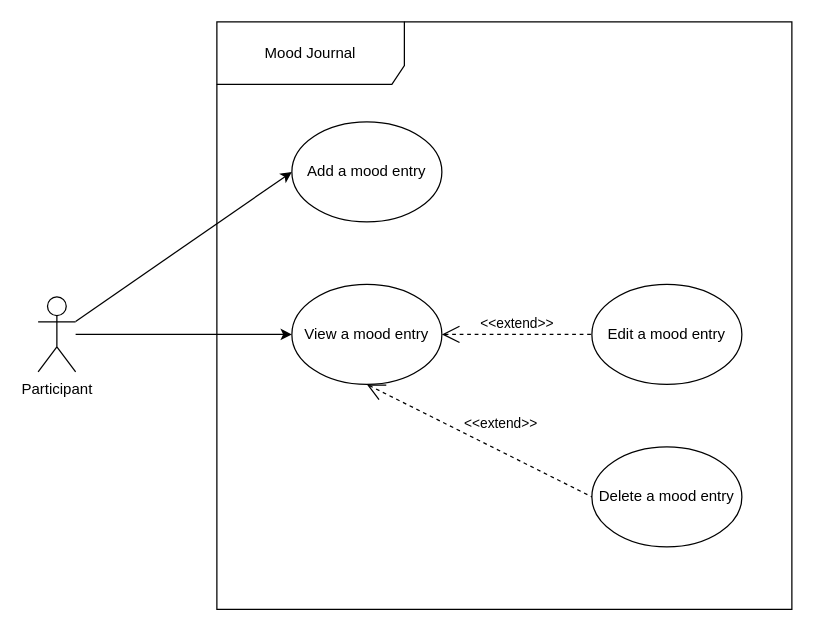
Before: designs/uml/UseCases.drawio in Brawrdon/IsThisAMood, a draw.io diagram. Source tidied: cells renumbered, new cells numbered last; positions are measured from the earlier drawing's top-left corner, leaving out a move shared by most shapes. Both pictures are drawn from the tidied source at 125%, with x=0, y=0 at pixel (38, 21).
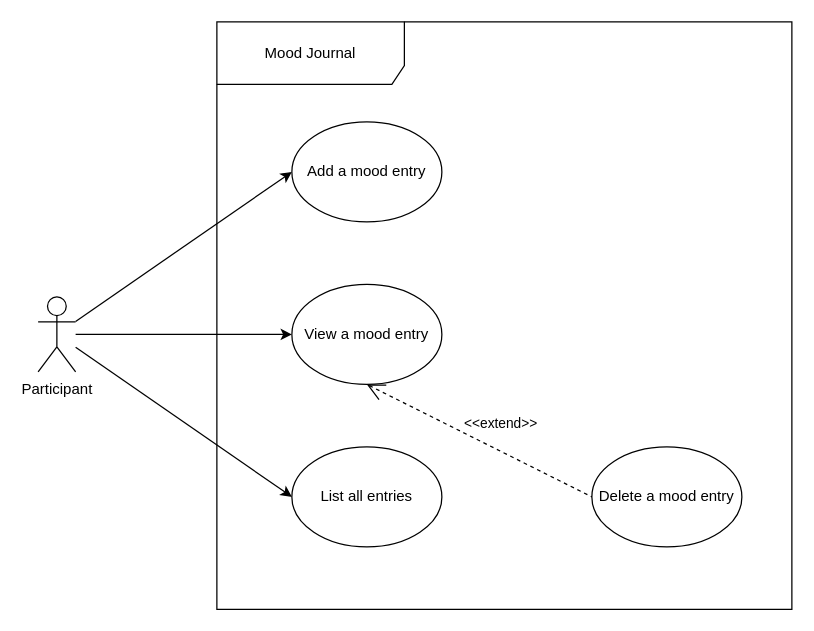
After the change.

Commit message (it also covers changes not shown here):
Update use cases & add results directory

Change to the diagram source:
```diff
@@
 <mxGraphModel>
   <root>
     <mxCell id="0" />
     <mxCell id="1" parent="0" />
     <mxCell id="2" value="Participant" style="shape=umlActor;verticalLabelPosition=bottom;labelBackgroundColor=#ffffff;verticalAlign=top;html=1;" parent="1" vertex="1">
       <mxGeometry y="220" width="30" height="60" as="geometry" />
     </mxCell>
     <mxCell id="3" style="endArrow=classic;html=1;entryX=0;entryY=0.5;entryDx=0;entryDy=0;" parent="1" edge="1" source="2" target="8">
       <mxGeometry relative="1" as="geometry" />
     </mxCell>
     <mxCell id="4" style="endArrow=classic;html=1;entryX=0;entryY=0.5;entryDx=0;entryDy=0;" parent="1" edge="1" source="2" target="7">
       <mxGeometry relative="1" as="geometry" />
     </mxCell>
     <mxCell id="5" style="group;" parent="1" vertex="1">
       <mxGeometry x="143" width="460" height="470" as="geometry" />
     </mxCell>
     <mxCell id="6" value="Mood Journal" style="shape=umlFrame;whiteSpace=wrap;html=1;width=150;height=50;" parent="5" vertex="1">
       <mxGeometry width="460" height="470" as="geometry" />
     </mxCell>
     <mxCell id="7" value="Add a mood entry" style="ellipse;whiteSpace=wrap;html=1;" parent="5" vertex="1">
       <mxGeometry x="60" y="80" width="120" height="80" as="geometry" />
     </mxCell>
     <mxCell id="8" value="View a mood entry" style="ellipse;whiteSpace=wrap;html=1;" parent="5" vertex="1">
       <mxGeometry x="60" y="210" width="120" height="80" as="geometry" />
     </mxCell>
-    <mxCell id="9" value="Edit a mood entry" style="ellipse;whiteSpace=wrap;html=1;" parent="5" vertex="1">
-      <mxGeometry x="300" y="210" width="120" height="80" as="geometry" />
-    </mxCell>
     <mxCell id="10" value="Delete a mood entry" style="ellipse;whiteSpace=wrap;html=1;" parent="5" vertex="1">
       <mxGeometry x="300" y="340" width="120" height="80" as="geometry" />
     </mxCell>
-    <mxCell id="11" value="&amp;lt;&amp;lt;extend&amp;gt;&amp;gt;" style="edgeStyle=none;html=1;startArrow=open;endArrow=none;startSize=12;verticalAlign=bottom;dashed=1;labelBackgroundColor=none;entryX=0;entryY=0.5;entryDx=0;entryDy=0;" parent="5" edge="1" source="8" target="9">
-      <mxGeometry relative="1" as="geometry" />
-    </mxCell>
     <mxCell id="12" value="&amp;lt;&amp;lt;extend&amp;gt;&amp;gt;" style="edgeStyle=none;html=1;startArrow=open;endArrow=none;startSize=12;verticalAlign=bottom;dashed=1;labelBackgroundColor=none;entryX=0;entryY=0.5;entryDx=0;entryDy=0;exitX=0.5;exitY=1;exitDx=0;exitDy=0;" parent="5" edge="1" source="8" target="10">
       <mxGeometry x="0.13" y="12" relative="1" as="geometry" />
     </mxCell>
+    <mxCell id="13" value="List all entries" style="ellipse;whiteSpace=wrap;html=1;" parent="5" vertex="1">
+      <mxGeometry x="60" y="340" width="120" height="80" as="geometry" />
+    </mxCell>
+    <mxCell id="14" style="endArrow=classic;html=1;entryX=0;entryY=0.5;entryDx=0;entryDy=0;" parent="1" edge="1" source="2" target="13">
+      <mxGeometry relative="1" as="geometry" />
+    </mxCell>
   </root>
 </mxGraphModel>
```
